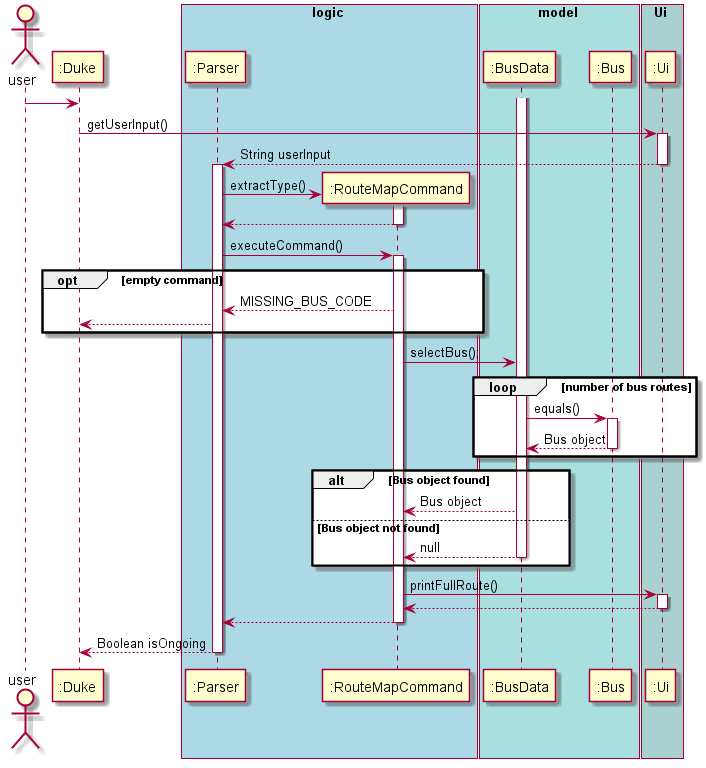
The PlantUML diagram docs/DG_Diagrams/RouteMapCommandSeq.png in nus-cs2113-AY2021S1/tp, before a commit.
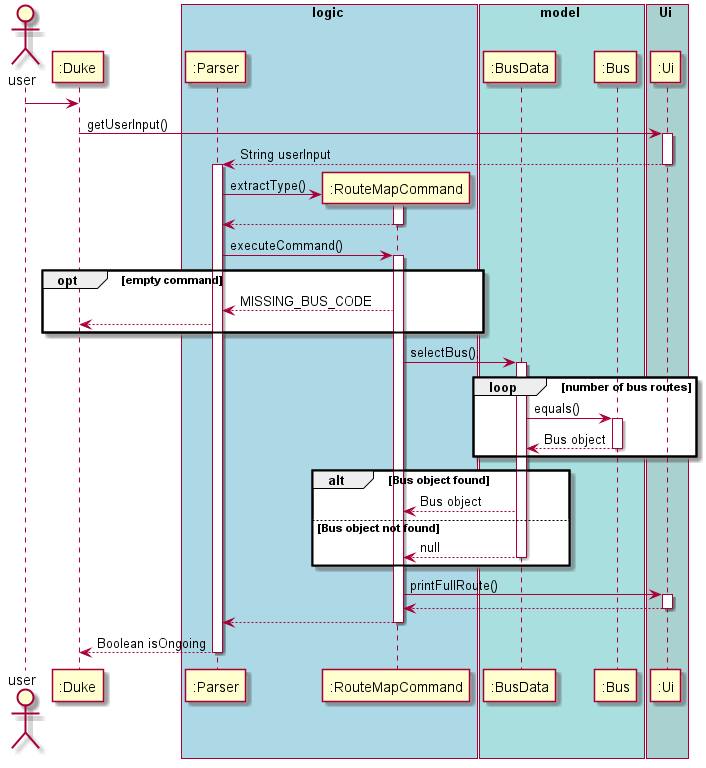
The same file after the commit.

Commit message:
Amendement of sequence diagram for routemapcommand

What changed in the source:
```diff
@@ -33,6 +33,7 @@
 end
 
 ":RouteMapCommand" -> ":BusData" : selectBus();
+activate ":BusData"
 loop number of bus routes
     ":BusData" -> ":Bus" : equals()
      activate ":Bus"
@@ -41,7 +42,6 @@
 end
 
 alt Bus object found
-activate ":BusData"
 ":BusData" --> ":RouteMapCommand" : Bus object
 else Bus object not found
 ":BusData" --> ":RouteMapCommand" : null
```
